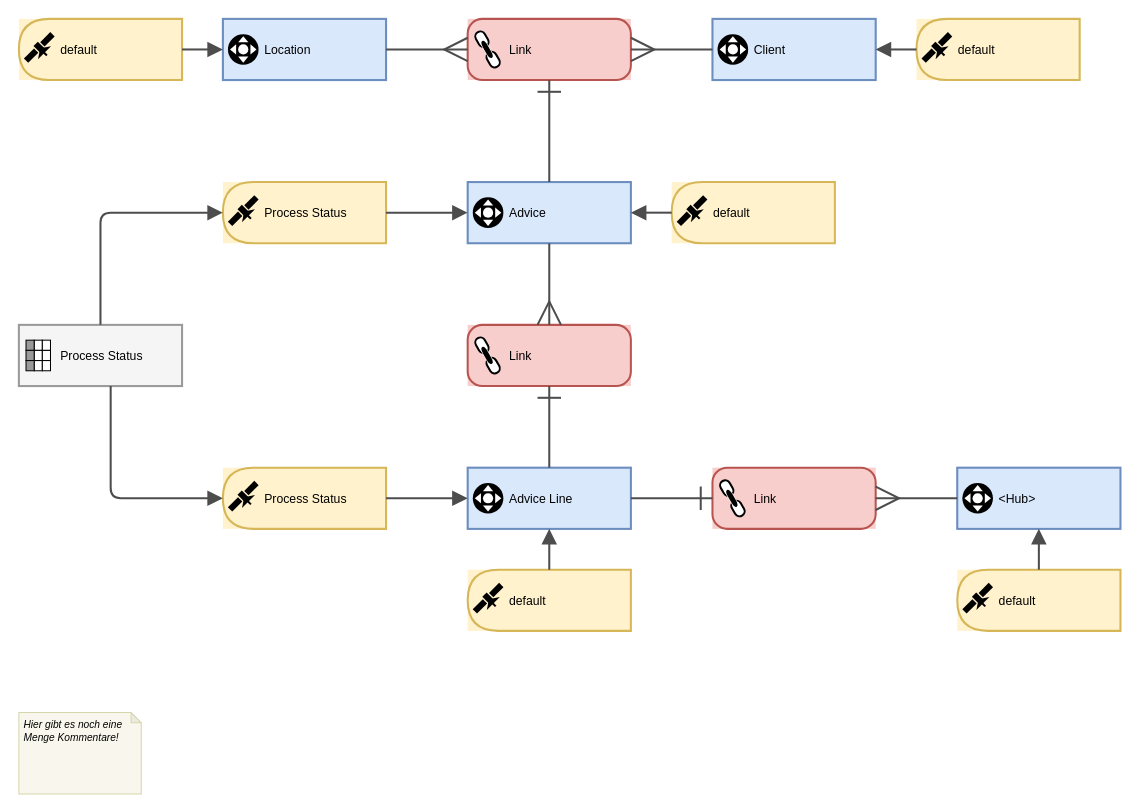
mtruschk/InboundELM keeps this draw.io diagram as drawio/StandardInbound.drawio. Above is the earlier version. Source tidied: cells renumbered, new cells numbered last; positions are measured from the earlier drawing's top-left corner, leaving out a move shared by most shapes. Both pictures are drawn from the tidied source at 102%, with x=0, y=0 at pixel (18, 18).
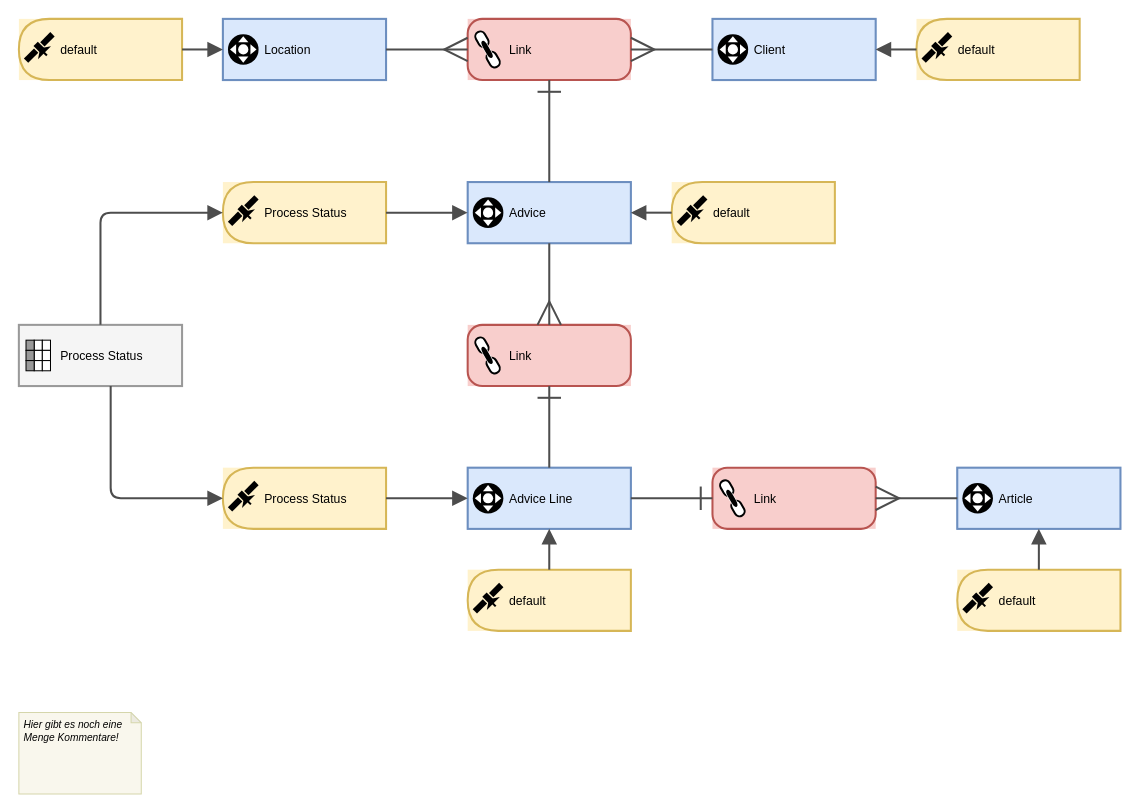
After the change.

Change to the diagram source:
```diff
@@
-    <mxCell id="100" value="&lt;Hub&gt;" style="group;verticalAlign=middle;align=left;spacingLeft=39;fillColor=#dae8fc;strokeColor=#6c8ebf;" parent="1" vertex="1">
+    <mxCell id="100" value="Article" style="group;verticalAlign=middle;align=left;spacingLeft=39;fillColor=#dae8fc;strokeColor=#6c8ebf;" parent="1" vertex="1">
       <mxGeometry x="920" y="440" width="160" height="60" as="geometry" />
     </mxCell>
```
